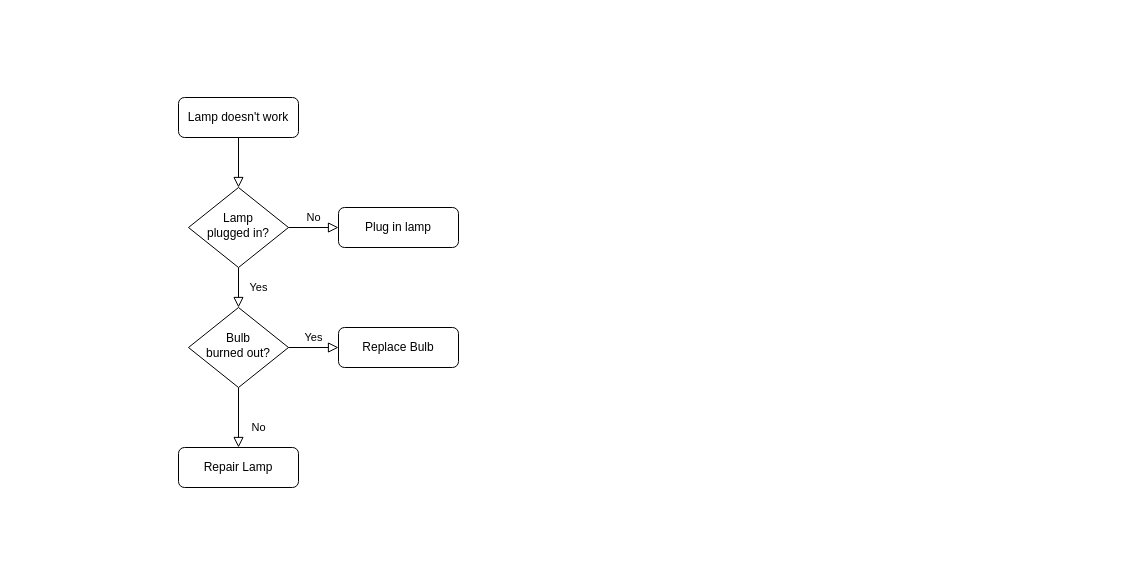
This is 绘图1.drawio from DavidWang2019/TEST, a draw.io file, before an edit. Source tidied: cells renumbered, new cells numbered last; positions are measured from the earlier drawing's top-left corner, leaving out a move shared by most shapes. Both pictures are drawn from the tidied source at 100%, with x=0, y=0 at pixel (178, 97).
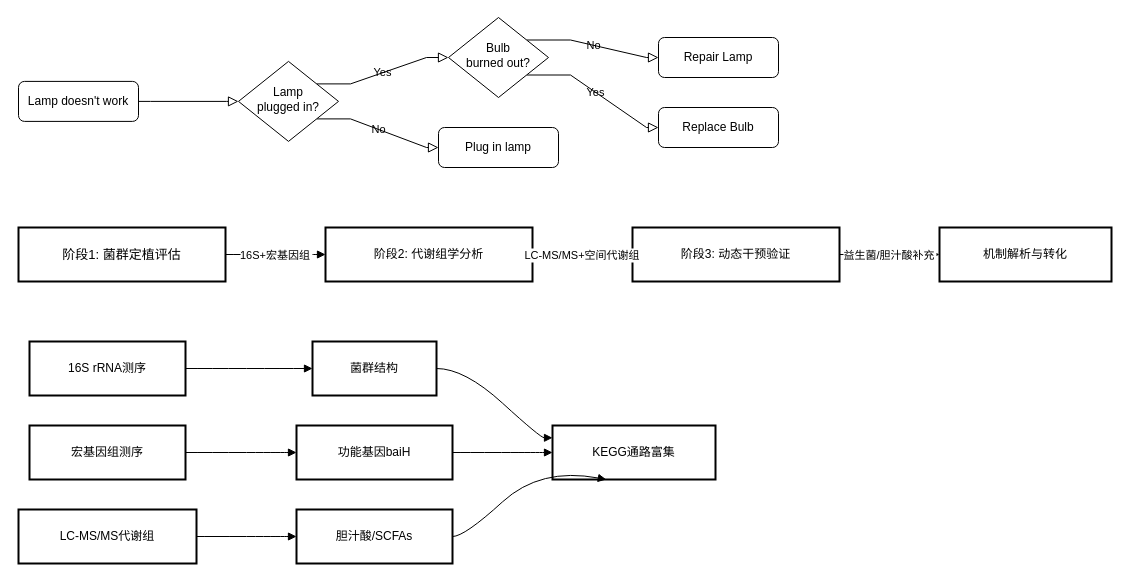
After the change.

Diff of the diagram source:
```diff
@@
-    <mxCell id="2" style="rounded=0;html=1;jettySize=auto;fontSize=11;endArrow=block;endFill=0;endSize=8;strokeWidth=1;shadow=0;labelBackgroundColor=none;edgeStyle=orthogonalEdgeStyle;" parent="1" edge="1" source="3" target="6">
-      <mxGeometry relative="1" as="geometry" />
+    <mxCell id="2" style="rounded=0;html=1;jettySize=auto;fontSize=11;endArrow=block;endFill=0;endSize=8;strokeWidth=1;shadow=0;labelBackgroundColor=none;edgeStyle=orthogonalEdgeStyle;noEdgeStyle=1;orthogonal=1;" parent="1" edge="1" source="3" target="6">
+      <mxGeometry relative="1" as="geometry">
+        <Array as="points">
+          <mxPoint x="-28" y="3.9" />
+          <mxPoint x="48" y="3.9" />
+        </Array>
+      </mxGeometry>
     </mxCell>
     <mxCell id="3" value="Lamp doesn't work" style="rounded=1;whiteSpace=wrap;html=1;fontSize=12;glass=0;strokeWidth=1;shadow=0;" parent="1" vertex="1">
-      <mxGeometry width="120" height="40" as="geometry" />
+      <mxGeometry x="-160" y="-16.1" width="120" height="40" as="geometry" />
     </mxCell>
-    <mxCell id="4" value="Yes" style="rounded=0;html=1;jettySize=auto;fontSize=11;endArrow=block;endFill=0;endSize=8;strokeWidth=1;shadow=0;labelBackgroundColor=none;edgeStyle=orthogonalEdgeStyle;" parent="1" edge="1" source="6" target="10">
-      <mxGeometry y="20" relative="1" as="geometry" />
+    <mxCell id="4" value="Yes" style="rounded=0;html=1;jettySize=auto;fontSize=11;endArrow=block;endFill=0;endSize=8;strokeWidth=1;shadow=0;labelBackgroundColor=none;edgeStyle=orthogonalEdgeStyle;noEdgeStyle=1;orthogonal=1;" parent="1" edge="1" source="6" target="10">
+      <mxGeometry relative="1" as="geometry">
+        <Array as="points">
+          <mxPoint x="172" y="-13.6" />
+          <mxPoint x="248" y="-40" />
+        </Array>
+      </mxGeometry>
     </mxCell>
-    <mxCell id="5" value="No" style="edgeStyle=orthogonalEdgeStyle;rounded=0;html=1;jettySize=auto;fontSize=11;endArrow=block;endFill=0;endSize=8;strokeWidth=1;shadow=0;labelBackgroundColor=none;" parent="1" edge="1" source="6" target="7">
-      <mxGeometry y="10" relative="1" as="geometry" />
+    <mxCell id="5" value="No" style="edgeStyle=orthogonalEdgeStyle;rounded=0;html=1;jettySize=auto;fontSize=11;endArrow=block;endFill=0;endSize=8;strokeWidth=1;shadow=0;labelBackgroundColor=none;noEdgeStyle=1;orthogonal=1;" parent="1" edge="1" source="6" target="7">
+      <mxGeometry relative="1" as="geometry">
+        <Array as="points">
+          <mxPoint x="172" y="21.4" />
+          <mxPoint x="248" y="50" />
+        </Array>
+      </mxGeometry>
     </mxCell>
     <mxCell id="6" value="Lamp&lt;br&gt;plugged in?" style="rhombus;whiteSpace=wrap;html=1;shadow=0;fontFamily=Helvetica;fontSize=12;align=center;strokeWidth=1;spacing=6;spacingTop=-4;" parent="1" vertex="1">
-      <mxGeometry x="10" y="90" width="100" height="80" as="geometry" />
+      <mxGeometry x="60" y="-36.1" width="100" height="80" as="geometry" />
     </mxCell>
     <mxCell id="7" value="Plug in lamp" style="rounded=1;whiteSpace=wrap;html=1;fontSize=12;glass=0;strokeWidth=1;shadow=0;" parent="1" vertex="1">
-      <mxGeometry x="160" y="110" width="120" height="40" as="geometry" />
+      <mxGeometry x="260" y="30" width="120" height="40" as="geometry" />
     </mxCell>
-    <mxCell id="8" value="No" style="rounded=0;html=1;jettySize=auto;fontSize=11;endArrow=block;endFill=0;endSize=8;strokeWidth=1;shadow=0;labelBackgroundColor=none;edgeStyle=orthogonalEdgeStyle;" parent="1" edge="1" source="10" target="11">
-      <mxGeometry x="0.33" y="20" relative="1" as="geometry" />
+    <mxCell id="8" value="No" style="rounded=0;html=1;jettySize=auto;fontSize=11;endArrow=block;endFill=0;endSize=8;strokeWidth=1;shadow=0;labelBackgroundColor=none;edgeStyle=orthogonalEdgeStyle;noEdgeStyle=1;orthogonal=1;" parent="1" edge="1" source="10" target="11">
+      <mxGeometry relative="1" as="geometry">
+        <Array as="points">
+          <mxPoint x="392" y="-57.5" />
+          <mxPoint x="468" y="-40" />
+        </Array>
+      </mxGeometry>
     </mxCell>
-    <mxCell id="9" value="Yes" style="edgeStyle=orthogonalEdgeStyle;rounded=0;html=1;jettySize=auto;fontSize=11;endArrow=block;endFill=0;endSize=8;strokeWidth=1;shadow=0;labelBackgroundColor=none;" parent="1" edge="1" source="10" target="12">
-      <mxGeometry y="10" relative="1" as="geometry" />
+    <mxCell id="9" value="Yes" style="edgeStyle=orthogonalEdgeStyle;rounded=0;html=1;jettySize=auto;fontSize=11;endArrow=block;endFill=0;endSize=8;strokeWidth=1;shadow=0;labelBackgroundColor=none;noEdgeStyle=1;orthogonal=1;" parent="1" edge="1" source="10" target="12">
+      <mxGeometry relative="1" as="geometry">
+        <Array as="points">
+          <mxPoint x="392" y="-22.5" />
+          <mxPoint x="468" y="30" />
+        </Array>
+      </mxGeometry>
     </mxCell>
     <mxCell id="10" value="Bulb&lt;br&gt;burned out?" style="rhombus;whiteSpace=wrap;html=1;shadow=0;fontFamily=Helvetica;fontSize=12;align=center;strokeWidth=1;spacing=6;spacingTop=-4;" parent="1" vertex="1">
-      <mxGeometry x="10" y="210" width="100" height="80" as="geometry" />
+      <mxGeometry x="270" y="-80" width="100" height="80" as="geometry" />
     </mxCell>
     <mxCell id="11" value="Repair Lamp" style="rounded=1;whiteSpace=wrap;html=1;fontSize=12;glass=0;strokeWidth=1;shadow=0;" parent="1" vertex="1">
-      <mxGeometry y="350" width="120" height="40" as="geometry" />
+      <mxGeometry x="480" y="-60" width="120" height="40" as="geometry" />
     </mxCell>
     <mxCell id="12" value="Replace Bulb" style="rounded=1;whiteSpace=wrap;html=1;fontSize=12;glass=0;strokeWidth=1;shadow=0;" parent="1" vertex="1">
-      <mxGeometry x="160" y="230" width="120" height="40" as="geometry" />
+      <mxGeometry x="480" y="10" width="120" height="40" as="geometry" />
     </mxCell>
+    <mxCell id="13" value="阶段1: 菌群定植评估" style="whiteSpace=wrap;strokeWidth=2;fontSize=13;" parent="1" vertex="1">
+      <mxGeometry x="-160" y="130" width="207" height="54" as="geometry" />
+    </mxCell>
+    <mxCell id="14" value="阶段2: 代谢组学分析" style="whiteSpace=wrap;strokeWidth=2;" parent="1" vertex="1">
+      <mxGeometry x="147" y="130" width="207" height="54" as="geometry" />
+    </mxCell>
+    <mxCell id="15" value="阶段3: 动态干预验证" style="whiteSpace=wrap;strokeWidth=2;" parent="1" vertex="1">
+      <mxGeometry x="454" y="130" width="207" height="54" as="geometry" />
+    </mxCell>
+    <mxCell id="16" value="机制解析与转化" style="whiteSpace=wrap;strokeWidth=2;" parent="1" vertex="1">
+      <mxGeometry x="761" y="130" width="172" height="54" as="geometry" />
+    </mxCell>
+    <mxCell id="17" value="16S+宏基因组" style="curved=1;startArrow=none;endArrow=block;rounded=0;noEdgeStyle=1;orthogonal=1;edgeStyle=orthogonalEdgeStyle;" parent="1" edge="1" source="13" target="14">
+      <mxGeometry relative="1" as="geometry">
+        <Array as="points">
+          <mxPoint x="59" y="157" />
+          <mxPoint x="135" y="157" />
+        </Array>
+      </mxGeometry>
+    </mxCell>
+    <mxCell id="18" value="LC-MS/MS+空间代谢组" style="curved=1;startArrow=none;endArrow=block;rounded=0;noEdgeStyle=1;orthogonal=1;edgeStyle=orthogonalEdgeStyle;" parent="1" edge="1" source="14" target="15">
+      <mxGeometry relative="1" as="geometry">
+        <Array as="points">
+          <mxPoint x="366" y="157" />
+          <mxPoint x="442" y="157" />
+        </Array>
+      </mxGeometry>
+    </mxCell>
+    <mxCell id="19" value="益生菌/胆汁酸补充" style="curved=1;startArrow=none;endArrow=block;rounded=0;noEdgeStyle=1;orthogonal=1;edgeStyle=orthogonalEdgeStyle;" parent="1" edge="1" source="15" target="16">
+      <mxGeometry relative="1" as="geometry">
+        <Array as="points">
+          <mxPoint x="673" y="157" />
+          <mxPoint x="749" y="157" />
+        </Array>
+      </mxGeometry>
+    </mxCell>
+    <mxCell id="20" value="16S rRNA测序" style="whiteSpace=wrap;strokeWidth=2;" parent="1" vertex="1">
+      <mxGeometry x="-149" y="244" width="156" height="54" as="geometry" />
+    </mxCell>
+    <mxCell id="21" value="菌群结构" style="whiteSpace=wrap;strokeWidth=2;" parent="1" vertex="1">
+      <mxGeometry x="134" y="244" width="124" height="54" as="geometry" />
+    </mxCell>
+    <mxCell id="22" value="宏基因组测序" style="whiteSpace=wrap;strokeWidth=2;" parent="1" vertex="1">
+      <mxGeometry x="-149" y="328" width="156" height="54" as="geometry" />
+    </mxCell>
+    <mxCell id="23" value="功能基因baiH" style="whiteSpace=wrap;strokeWidth=2;" parent="1" vertex="1">
+      <mxGeometry x="118" y="328" width="156" height="54" as="geometry" />
+    </mxCell>
+    <mxCell id="24" value="LC-MS/MS代谢组" style="whiteSpace=wrap;strokeWidth=2;" parent="1" vertex="1">
+      <mxGeometry x="-160" y="412" width="178" height="54" as="geometry" />
+    </mxCell>
+    <mxCell id="25" value="胆汁酸/SCFAs" style="whiteSpace=wrap;strokeWidth=2;" parent="1" vertex="1">
+      <mxGeometry x="118" y="412" width="156" height="54" as="geometry" />
+    </mxCell>
+    <mxCell id="26" value="KEGG通路富集" style="whiteSpace=wrap;strokeWidth=2;" parent="1" vertex="1">
+      <mxGeometry x="374" y="328" width="163" height="54" as="geometry" />
+    </mxCell>
+    <mxCell id="27" style="curved=1;startArrow=none;endArrow=block;rounded=0;noEdgeStyle=1;orthogonal=1;edgeStyle=orthogonalEdgeStyle;" parent="1" edge="1" source="20" target="21">
+      <mxGeometry relative="1" as="geometry">
+        <Array as="points">
+          <mxPoint x="30" y="271" />
+          <mxPoint x="106" y="271" />
+        </Array>
+      </mxGeometry>
+    </mxCell>
+    <mxCell id="28" style="curved=1;startArrow=none;endArrow=block;rounded=0;noEdgeStyle=1;orthogonal=1;edgeStyle=orthogonalEdgeStyle;" parent="1" edge="1" source="22" target="23">
+      <mxGeometry relative="1" as="geometry">
+        <Array as="points">
+          <mxPoint x="30" y="355" />
+          <mxPoint x="106" y="355" />
+        </Array>
+      </mxGeometry>
+    </mxCell>
+    <mxCell id="29" style="curved=1;startArrow=none;endArrow=block;rounded=0;noEdgeStyle=1;orthogonal=1;edgeStyle=orthogonalEdgeStyle;" parent="1" edge="1" source="24" target="25">
+      <mxGeometry relative="1" as="geometry">
+        <Array as="points">
+          <mxPoint x="30" y="439" />
+          <mxPoint x="106" y="439" />
+        </Array>
+      </mxGeometry>
+    </mxCell>
+    <mxCell id="30" style="curved=1;startArrow=none;endArrow=block;rounded=0;noEdgeStyle=1;orthogonal=1;edgeStyle=orthogonalEdgeStyle;" parent="1" edge="1" source="21" target="26">
+      <mxGeometry relative="1" as="geometry">
+        <Array as="points">
+          <mxPoint x="286" y="271" />
+          <mxPoint x="362" y="340.3" />
+        </Array>
+      </mxGeometry>
+    </mxCell>
+    <mxCell id="31" style="curved=1;startArrow=none;endArrow=block;exitX=1;exitY=0.5;entryX=0;entryY=0.5;rounded=0;noEdgeStyle=1;orthogonal=1;" parent="1" edge="1" source="23" target="26">
+      <mxGeometry relative="1" as="geometry">
+        <Array as="points">
+          <mxPoint x="286" y="355" />
+          <mxPoint x="360" y="355" />
+        </Array>
+      </mxGeometry>
+    </mxCell>
+    <mxCell id="32" style="curved=1;startArrow=none;endArrow=block;exitX=1;exitY=0.5;entryX=0.33;entryY=1;rounded=0;noEdgeStyle=1;orthogonal=1;" parent="1" edge="1" source="25" target="26">
+      <mxGeometry relative="1" as="geometry">
+        <Array as="points">
+          <mxPoint x="286" y="439" />
+          <mxPoint x="362" y="369.7" />
+        </Array>
+      </mxGeometry>
+    </mxCell>
```
